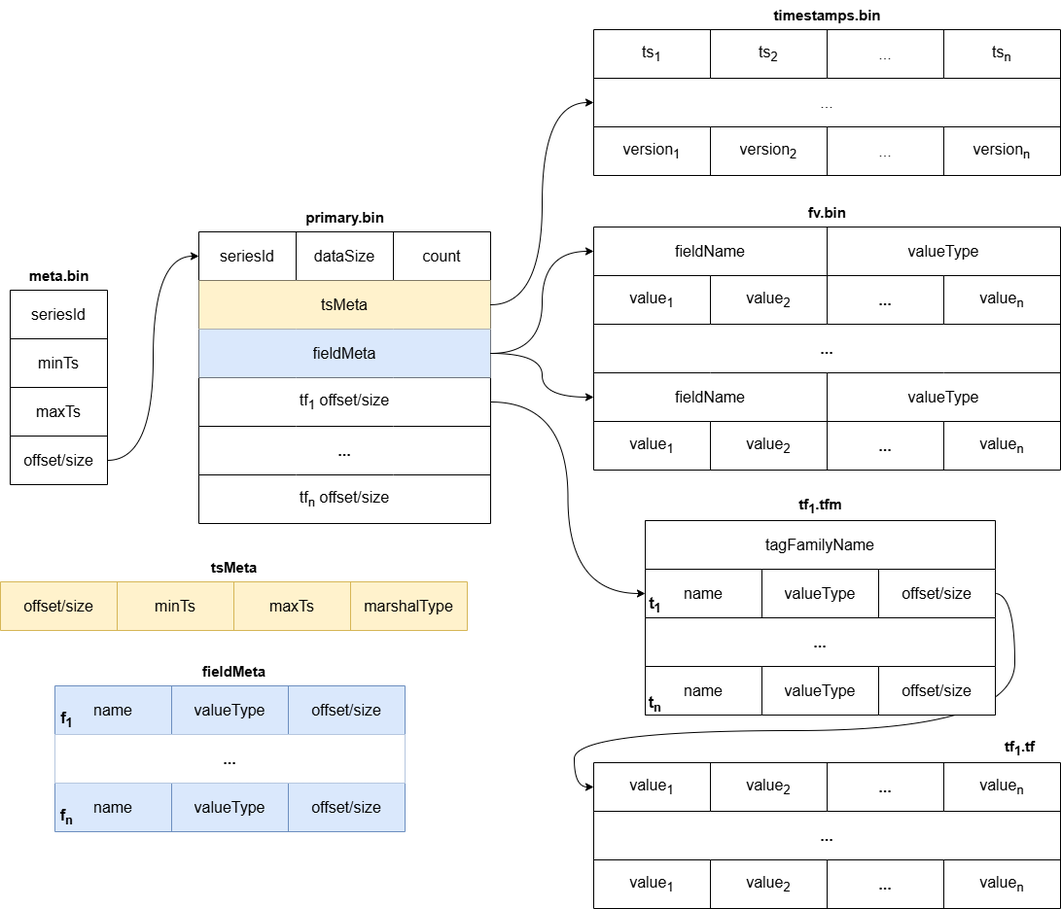
Earlier version of the draw.io export static/doc-graph/banyandb/v0.10.0/measure-block.png (apache/skywalking-website). Source tidied: cells renumbered, new cells last; positions are measured from the earlier drawing's top-left corner, leaving out a move shared by most shapes.
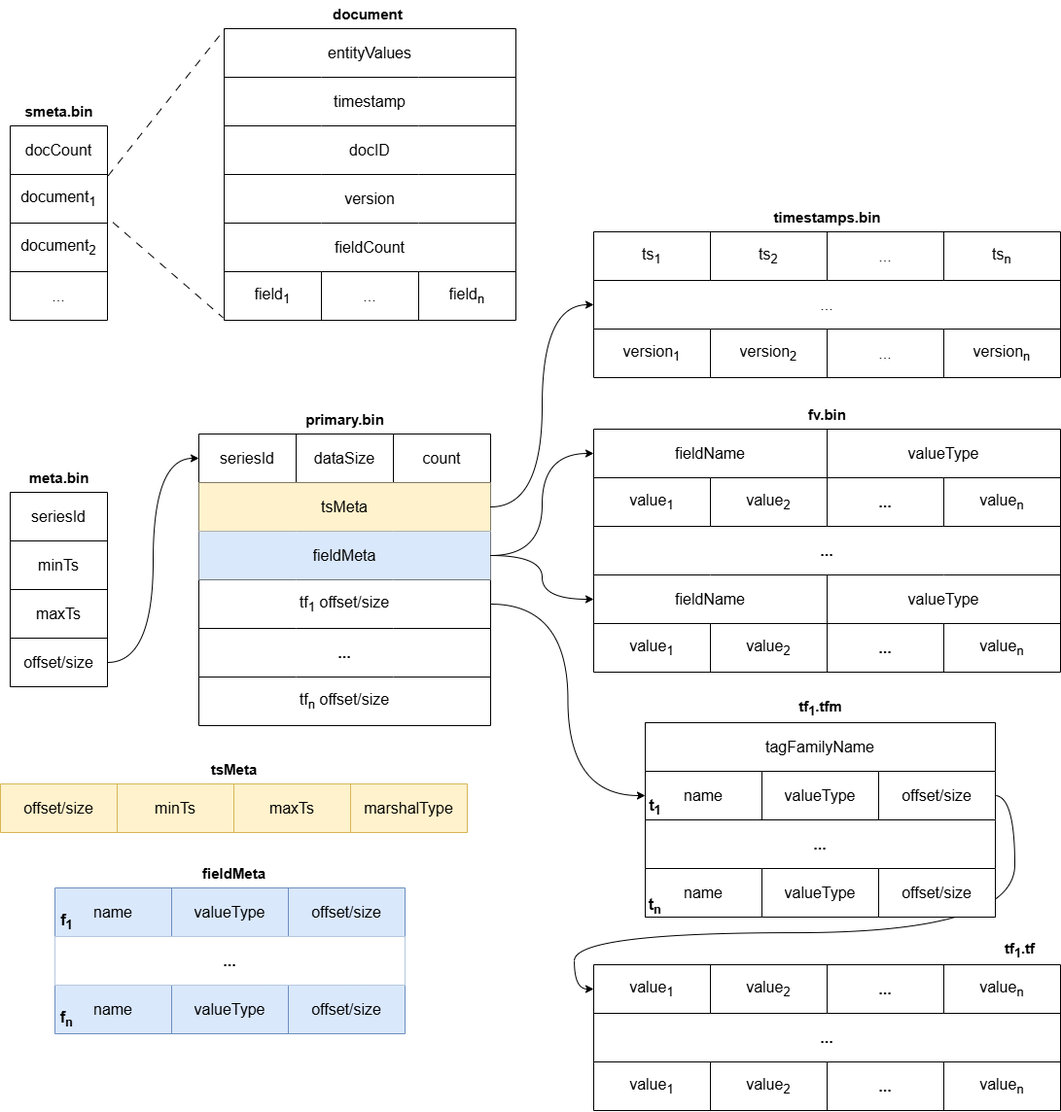
Later version of the same file.

Change to the diagram source:
```diff
@@ -363,5 +363,89 @@
     <mxCell id="119" value="version&lt;sub&gt;n&lt;/sub&gt;" style="shape=partialRectangle;html=1;whiteSpace=wrap;strokeColor=inherit;overflow=hidden;fillColor=none;top=0;left=0;bottom=0;right=0;fontFamily=Helvetica;fontSize=16;" parent="115" vertex="1">
       <mxGeometry x="360" width="120" height="50" as="geometry" />
     </mxCell>
+    <mxCell id="120" style="shape=table;startSize=0;fontSize=16;" parent="1" vertex="1">
+      <mxGeometry x="10" y="-79" width="100" height="200" as="geometry" />
+    </mxCell>
+    <mxCell id="121" style="shape=tableRow;horizontal=0;startSize=0;swimlaneHead=0;swimlaneBody=0;strokeColor=inherit;top=0;left=0;bottom=0;right=0;fillColor=none;fontSize=16;" parent="120" vertex="1">
+      <mxGeometry width="100" height="50" as="geometry" />
+    </mxCell>
+    <mxCell id="122" value="docCount" style="shape=partialRectangle;html=1;whiteSpace=wrap;strokeColor=inherit;overflow=hidden;fillColor=none;top=0;left=0;bottom=0;right=0;fontSize=16;" parent="121" vertex="1">
+      <mxGeometry width="100" height="50" as="geometry" />
+    </mxCell>
+    <mxCell id="123" style="shape=tableRow;horizontal=0;startSize=0;swimlaneHead=0;swimlaneBody=0;strokeColor=inherit;top=0;left=0;bottom=0;right=0;fillColor=none;points=[[0,0.5],[1,0.5]];portConstraint=eastwest;fontSize=16;" parent="120" vertex="1">
+      <mxGeometry y="50" width="100" height="50" as="geometry" />
+    </mxCell>
+    <mxCell id="124" value="document&lt;sub&gt;1&lt;/sub&gt;" style="shape=partialRectangle;html=1;whiteSpace=wrap;strokeColor=inherit;overflow=hidden;fillColor=none;top=0;left=0;bottom=0;right=0;fontSize=16;" parent="123" vertex="1">
+      <mxGeometry width="100" height="50" as="geometry" />
+    </mxCell>
+    <mxCell id="125" style="shape=tableRow;horizontal=0;startSize=0;swimlaneHead=0;swimlaneBody=0;strokeColor=inherit;top=0;left=0;bottom=0;right=0;fillColor=none;points=[[0,0.5],[1,0.5]];portConstraint=eastwest;fontSize=16;" parent="120" vertex="1">
+      <mxGeometry y="100" width="100" height="50" as="geometry" />
+    </mxCell>
+    <mxCell id="126" value="document&lt;sub&gt;2&lt;/sub&gt;" style="shape=partialRectangle;html=1;whiteSpace=wrap;strokeColor=inherit;overflow=hidden;fillColor=none;top=0;left=0;bottom=0;right=0;fontSize=16;" parent="125" vertex="1">
+      <mxGeometry width="100" height="50" as="geometry" />
+    </mxCell>
+    <mxCell id="127" style="shape=tableRow;horizontal=0;startSize=0;swimlaneHead=0;swimlaneBody=0;strokeColor=inherit;top=0;left=0;bottom=0;right=0;fillColor=none;fontSize=16;" parent="120" vertex="1">
+      <mxGeometry y="150" width="100" height="50" as="geometry" />
+    </mxCell>
+    <mxCell id="128" value="..." style="shape=partialRectangle;html=1;whiteSpace=wrap;strokeColor=inherit;overflow=hidden;fillColor=none;top=0;left=0;bottom=0;right=0;fontSize=16;" parent="127" vertex="1">
+      <mxGeometry width="100" height="50" as="geometry" />
+    </mxCell>
+    <mxCell id="129" value="&lt;font style=&quot;font-size: 15px;&quot;&gt;smeta.bin&lt;/font&gt;" style="text;html=1;align=center;verticalAlign=middle;strokeColor=none;fillColor=none;fontStyle=1;" parent="1" vertex="1">
+      <mxGeometry x="15" y="-109" width="90" height="30" as="geometry" />
+    </mxCell>
+    <mxCell id="130" style="shape=table;startSize=0;fontSize=16;direction=east;" parent="1" vertex="1">
+      <mxGeometry x="230" y="-179" width="300" height="300" as="geometry" />
+    </mxCell>
+    <mxCell id="131" style="shape=tableRow;horizontal=0;startSize=0;swimlaneHead=0;swimlaneBody=0;strokeColor=inherit;top=0;left=0;bottom=0;right=0;fillColor=none;points=[[0,0.5],[1,0.5]];portConstraint=eastwest;fontSize=16;" parent="130" vertex="1">
+      <mxGeometry width="300" height="50" as="geometry" />
+    </mxCell>
+    <mxCell id="132" value="entityValues" style="shape=partialRectangle;html=1;whiteSpace=wrap;strokeColor=inherit;overflow=hidden;fillColor=none;top=0;left=0;bottom=0;right=0;fontSize=16;rowspan=1;colspan=3;" parent="131" vertex="1">
+      <mxGeometry width="300" height="50" as="geometry" />
+    </mxCell>
+    <mxCell id="133" style="shape=tableRow;horizontal=0;startSize=0;swimlaneHead=0;swimlaneBody=0;strokeColor=inherit;top=0;left=0;bottom=0;right=0;fillColor=none;fontSize=16;" parent="130" vertex="1">
+      <mxGeometry y="50" width="300" height="50" as="geometry" />
+    </mxCell>
+    <mxCell id="134" value="timestamp" style="shape=partialRectangle;html=1;whiteSpace=wrap;strokeColor=inherit;overflow=hidden;fillColor=none;top=0;left=0;bottom=0;right=0;fontSize=16;rowspan=1;colspan=3;" parent="133" vertex="1">
+      <mxGeometry width="300" height="50" as="geometry" />
+    </mxCell>
+    <mxCell id="135" style="shape=tableRow;horizontal=0;startSize=0;swimlaneHead=0;swimlaneBody=0;strokeColor=inherit;top=0;left=0;bottom=0;right=0;fillColor=none;fontSize=16;" parent="130" vertex="1">
+      <mxGeometry y="100" width="300" height="50" as="geometry" />
+    </mxCell>
+    <mxCell id="136" value="docID" style="shape=partialRectangle;html=1;whiteSpace=wrap;strokeColor=inherit;overflow=hidden;fillColor=none;top=0;left=0;bottom=0;right=0;fontSize=16;rowspan=1;colspan=3;" parent="135" vertex="1">
+      <mxGeometry width="300" height="50" as="geometry" />
+    </mxCell>
+    <mxCell id="137" style="shape=tableRow;horizontal=0;startSize=0;swimlaneHead=0;swimlaneBody=0;strokeColor=inherit;top=0;left=0;bottom=0;right=0;fillColor=none;fontSize=16;" parent="130" vertex="1">
+      <mxGeometry y="150" width="300" height="50" as="geometry" />
+    </mxCell>
+    <mxCell id="138" value="version" style="shape=partialRectangle;html=1;whiteSpace=wrap;strokeColor=inherit;overflow=hidden;fillColor=none;top=0;left=0;bottom=0;right=0;fontSize=16;rowspan=1;colspan=3;" parent="137" vertex="1">
+      <mxGeometry width="300" height="50" as="geometry" />
+    </mxCell>
+    <mxCell id="139" style="shape=tableRow;horizontal=0;startSize=0;swimlaneHead=0;swimlaneBody=0;strokeColor=inherit;top=0;left=0;bottom=0;right=0;fillColor=none;fontSize=16;" parent="130" vertex="1">
+      <mxGeometry y="200" width="300" height="50" as="geometry" />
+    </mxCell>
+    <mxCell id="140" value="fieldCount" style="shape=partialRectangle;html=1;whiteSpace=wrap;strokeColor=inherit;overflow=hidden;fillColor=none;top=0;left=0;bottom=0;right=0;fontSize=16;rowspan=1;colspan=3;" parent="139" vertex="1">
+      <mxGeometry width="300" height="50" as="geometry" />
+    </mxCell>
+    <mxCell id="141" style="shape=tableRow;horizontal=0;startSize=0;swimlaneHead=0;swimlaneBody=0;strokeColor=inherit;top=0;left=0;bottom=0;right=0;fillColor=none;points=[[0,0.5],[1,0.5]];portConstraint=eastwest;fontSize=16;" parent="130" vertex="1">
+      <mxGeometry y="250" width="300" height="50" as="geometry" />
+    </mxCell>
+    <mxCell id="142" value="field&lt;sub&gt;1&lt;/sub&gt;" style="shape=partialRectangle;html=1;whiteSpace=wrap;strokeColor=inherit;overflow=hidden;fillColor=none;top=0;left=0;bottom=0;right=0;fontSize=16;" parent="141" vertex="1">
+      <mxGeometry width="100" height="50" as="geometry" />
+    </mxCell>
+    <mxCell id="143" value="..." style="shape=partialRectangle;html=1;whiteSpace=wrap;strokeColor=inherit;overflow=hidden;fillColor=none;top=0;left=0;bottom=0;right=0;fontSize=16;" parent="141" vertex="1">
+      <mxGeometry x="100" width="100" height="50" as="geometry" />
+    </mxCell>
+    <mxCell id="144" value="field&lt;sub&gt;n&lt;/sub&gt;" style="shape=partialRectangle;html=1;whiteSpace=wrap;strokeColor=inherit;overflow=hidden;fillColor=none;top=0;left=0;bottom=0;right=0;fontSize=16;" parent="141" vertex="1">
+      <mxGeometry x="200" width="100" height="50" as="geometry" />
+    </mxCell>
+    <mxCell id="145" value="&lt;div style=&quot;text-align: center;&quot;&gt;&lt;span style=&quot;font-size: 15px; text-wrap-mode: nowrap;&quot;&gt;&lt;b&gt;document&lt;/b&gt;&lt;/span&gt;&lt;/div&gt;" style="text;whiteSpace=wrap;html=1;" parent="1" vertex="1">
+      <mxGeometry x="340" y="-209" width="74" height="30" as="geometry" />
+    </mxCell>
+    <mxCell id="146" style="rounded=0;jettySize=auto;html=1;exitX=1.007;exitY=0.026;exitDx=0;exitDy=0;entryX=0.002;entryY=0.008;entryDx=0;entryDy=0;endArrow=none;endFill=0;dashed=1;dashPattern=8 8;exitPerimeter=0;entryPerimeter=0;" parent="1" edge="1" source="123" target="131">
+      <mxGeometry relative="1" as="geometry" />
+    </mxCell>
+    <mxCell id="147" style="rounded=0;jettySize=auto;html=1;exitX=1.056;exitY=-0.014;exitDx=0;exitDy=0;entryX=-0.004;entryY=0.946;entryDx=0;entryDy=0;endArrow=none;endFill=0;dashed=1;dashPattern=8 8;exitPerimeter=0;entryPerimeter=0;" parent="1" edge="1" source="125" target="141">
+      <mxGeometry relative="1" as="geometry" />
+    </mxCell>
   </root>
 </mxGraphModel>
```
